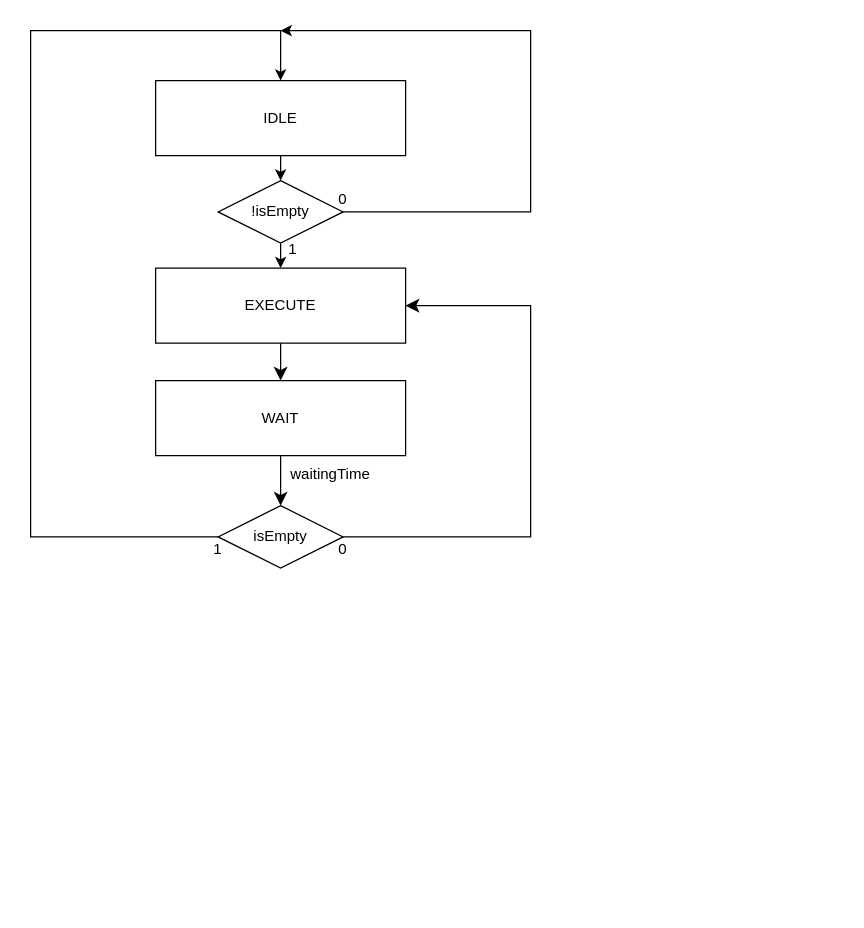
This is DiagramaDeEstadosBuffer.drawio from Dexiis/FSO-TP2, a draw.io file, before an edit. Source tidied: cells renumbered, new cells numbered last; positions are measured from the earlier drawing's top-left corner, leaving out a move shared by most shapes. Both pictures are drawn from the tidied source at 125%, with x=0, y=0 at pixel (30, 30).
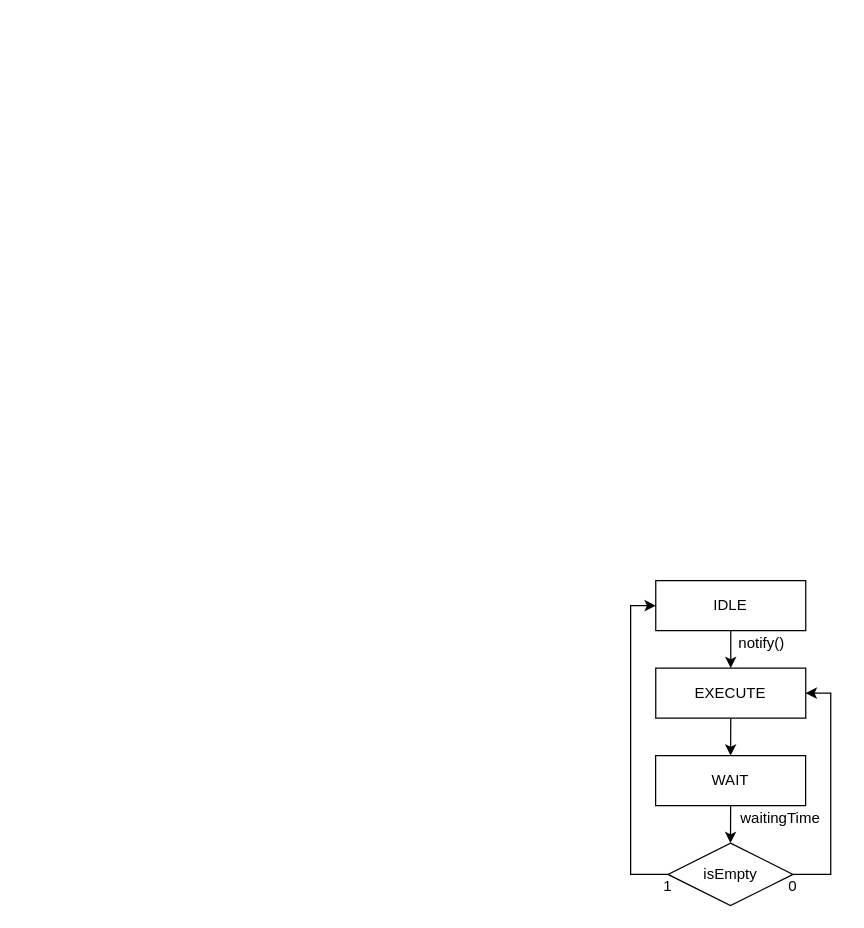
The same page after the edit.

What changed in the source:
```diff
@@
-    <mxCell id="2" style="edgeStyle=none;curved=1;rounded=0;jettySize=auto;html=1;exitX=0.5;exitY=1;exitDx=0;exitDy=0;entryX=0.5;entryY=0;entryDx=0;entryDy=0;fontSize=12;startSize=8;endSize=8;" parent="1" edge="1" source="3" target="6">
-      <mxGeometry relative="1" as="geometry" />
-    </mxCell>
-    <mxCell id="3" style="rounded=0;whiteSpace=wrap;html=1;" parent="1" vertex="1">
-      <mxGeometry x="100" y="190" width="200" height="60" as="geometry" />
-    </mxCell>
+    <mxCell id="24" style="edgeStyle=orthogonalEdgeStyle;rounded=0;jettySize=auto;html=1;exitX=0.5;exitY=1;exitDx=0;exitDy=0;entryX=0.5;entryY=0;entryDx=0;entryDy=0;" parent="1" edge="1" source="25" target="27">
+      <mxGeometry relative="1" as="geometry" />
+    </mxCell>
+    <mxCell id="25" style="rounded=0;whiteSpace=wrap;html=1;" parent="1" vertex="1">
+      <mxGeometry x="500.1" y="440" width="120" height="40" as="geometry" />
+    </mxCell>
+    <mxCell id="11" value="IDLE" style="text;html=1;align=center;verticalAlign=middle;whiteSpace=wrap;rounded=0;" parent="1" vertex="1">
+      <mxGeometry x="530.1" y="445" width="60" height="30" as="geometry" />
+    </mxCell>
+    <mxCell id="26" style="edgeStyle=orthogonalEdgeStyle;rounded=0;jettySize=auto;html=1;exitX=0.5;exitY=1;exitDx=0;exitDy=0;entryX=0.5;entryY=0;entryDx=0;entryDy=0;" parent="1" edge="1" source="27" target="29">
+      <mxGeometry relative="1" as="geometry" />
+    </mxCell>
+    <mxCell id="27" style="rounded=0;whiteSpace=wrap;html=1;" parent="1" vertex="1">
+      <mxGeometry x="500.1" y="510" width="120" height="40" as="geometry" />
+    </mxCell>
     <mxCell id="4" value="EXECUTE" style="text;html=1;align=center;verticalAlign=middle;whiteSpace=wrap;rounded=0;" parent="1" vertex="1">
-      <mxGeometry x="170" y="205" width="60" height="30" as="geometry" />
+      <mxGeometry x="530" y="515" width="60" height="30" as="geometry" />
     </mxCell>
-    <mxCell id="5" style="edgeStyle=none;curved=1;rounded=0;jettySize=auto;html=1;exitX=0.5;exitY=1;exitDx=0;exitDy=0;entryX=0.5;entryY=0;entryDx=0;entryDy=0;fontSize=12;startSize=8;endSize=8;" parent="1" edge="1" source="6">
-      <mxGeometry relative="1" as="geometry">
-        <mxPoint x="200" y="380" as="targetPoint" />
-      </mxGeometry>
-    </mxCell>
-    <mxCell id="6" style="rounded=0;whiteSpace=wrap;html=1;" parent="1" vertex="1">
-      <mxGeometry x="100" y="280" width="200" height="60" as="geometry" />
-    </mxCell>
+    <mxCell id="28" style="edgeStyle=orthogonalEdgeStyle;rounded=0;jettySize=auto;html=1;exitX=0.5;exitY=1;exitDx=0;exitDy=0;entryX=0.5;entryY=0;entryDx=0;entryDy=0;" parent="1" edge="1" source="29" target="32">
+      <mxGeometry relative="1" as="geometry" />
+    </mxCell>
+    <mxCell id="29" style="rounded=0;whiteSpace=wrap;html=1;" parent="1" vertex="1">
+      <mxGeometry x="500" y="580" width="120" height="40" as="geometry" />
+    </mxCell>
     <mxCell id="7" value="WAIT" style="text;html=1;align=center;verticalAlign=middle;whiteSpace=wrap;rounded=0;" parent="1" vertex="1">
-      <mxGeometry x="170" y="295" width="60" height="30" as="geometry" />
+      <mxGeometry x="529.9" y="585" width="60" height="30" as="geometry" />
     </mxCell>
-    <mxCell id="8" style="edgeStyle=none;curved=0;rounded=0;jettySize=auto;html=1;entryX=1;entryY=0.5;entryDx=0;entryDy=0;fontSize=12;startSize=8;endSize=8;exitX=1;exitY=0.5;exitDx=0;exitDy=0;" parent="1" edge="1" source="13" target="3">
-      <mxGeometry relative="1" as="geometry">
-        <Array as="points">
-          <mxPoint x="400" y="405" />
-          <mxPoint x="400" y="220" />
-        </Array>
-      </mxGeometry>
-    </mxCell>
-    <mxCell id="9" style="edgeStyle=orthogonalEdgeStyle;rounded=0;jettySize=auto;html=1;exitX=0.5;exitY=1;exitDx=0;exitDy=0;entryX=0.5;entryY=0;entryDx=0;entryDy=0;" parent="1" edge="1" source="10" target="19">
-      <mxGeometry relative="1" as="geometry" />
-    </mxCell>
-    <mxCell id="10" style="rounded=0;whiteSpace=wrap;html=1;" parent="1" vertex="1">
-      <mxGeometry x="100" y="40" width="200" height="60" as="geometry" />
-    </mxCell>
-    <mxCell id="11" value="IDLE" style="text;html=1;align=center;verticalAlign=middle;whiteSpace=wrap;rounded=0;" parent="1" vertex="1">
-      <mxGeometry x="170" y="55" width="60" height="30" as="geometry" />
-    </mxCell>
-    <mxCell id="12" style="edgeStyle=orthogonalEdgeStyle;rounded=0;jettySize=auto;html=1;exitX=0;exitY=0.5;exitDx=0;exitDy=0;entryX=0.5;entryY=0;entryDx=0;entryDy=0;" parent="1" edge="1" source="13" target="10">
-      <mxGeometry relative="1" as="geometry">
-        <Array as="points">
-          <mxPoint y="405" />
-          <mxPoint />
-          <mxPoint x="200" />
-        </Array>
-      </mxGeometry>
-    </mxCell>
-    <mxCell id="13" style="rhombus;whiteSpace=wrap;html=1;" parent="1" vertex="1">
-      <mxGeometry x="150" y="380" width="100" height="50" as="geometry" />
-    </mxCell>
+    <mxCell id="30" style="edgeStyle=orthogonalEdgeStyle;rounded=0;jettySize=auto;html=1;exitX=1;exitY=0.5;exitDx=0;exitDy=0;entryX=1;entryY=0.5;entryDx=0;entryDy=0;" parent="1" edge="1" source="32" target="27">
+      <mxGeometry relative="1" as="geometry" />
+    </mxCell>
+    <mxCell id="31" style="edgeStyle=orthogonalEdgeStyle;rounded=0;jettySize=auto;html=1;exitX=0;exitY=0.5;exitDx=0;exitDy=0;entryX=0;entryY=0.5;entryDx=0;entryDy=0;" parent="1" edge="1" source="32" target="25">
+      <mxGeometry relative="1" as="geometry">
+        <Array as="points">
+          <mxPoint x="480" y="675" />
+          <mxPoint x="480" y="460" />
+        </Array>
+      </mxGeometry>
+    </mxCell>
+    <mxCell id="32" style="rhombus;whiteSpace=wrap;html=1;" parent="1" vertex="1">
+      <mxGeometry x="509.9" y="650" width="100" height="50" as="geometry" />
+    </mxCell>
     <mxCell id="14" value="isEmpty" style="text;html=1;align=center;verticalAlign=middle;whiteSpace=wrap;rounded=0;" parent="1" vertex="1">
-      <mxGeometry x="170" y="390" width="60" height="30" as="geometry" />
+      <mxGeometry x="529.9" y="660" width="60" height="30" as="geometry" />
     </mxCell>
     <mxCell id="15" value="&lt;div&gt;0&lt;/div&gt;" style="text;html=1;align=center;verticalAlign=middle;whiteSpace=wrap;rounded=0;" parent="1" vertex="1">
-      <mxGeometry x="220" y="400" width="60" height="30" as="geometry" />
+      <mxGeometry x="580.1" y="670" width="60" height="30" as="geometry" />
     </mxCell>
-    <mxCell id="16" value="1" style="text;html=1;align=center;verticalAlign=middle;whiteSpace=wrap;rounded=0;" parent="1" vertex="1">
-      <mxGeometry x="120" y="400" width="60" height="30" as="geometry" />
-    </mxCell>
-    <mxCell id="17" style="edgeStyle=orthogonalEdgeStyle;rounded=0;jettySize=auto;html=1;exitX=0.5;exitY=1;exitDx=0;exitDy=0;entryX=0.5;entryY=0;entryDx=0;entryDy=0;" parent="1" edge="1" source="19" target="3">
-      <mxGeometry relative="1" as="geometry" />
-    </mxCell>
-    <mxCell id="18" style="edgeStyle=orthogonalEdgeStyle;rounded=0;jettySize=auto;html=1;exitX=1;exitY=0.5;exitDx=0;exitDy=0;" parent="1" edge="1" source="19">
-      <mxGeometry relative="1" as="geometry">
-        <mxPoint x="200" as="targetPoint" />
-        <Array as="points">
-          <mxPoint x="400" y="145" />
-          <mxPoint x="400" />
-        </Array>
-      </mxGeometry>
-    </mxCell>
-    <mxCell id="19" style="rhombus;whiteSpace=wrap;html=1;" parent="1" vertex="1">
-      <mxGeometry x="150" y="120" width="100" height="50" as="geometry" />
-    </mxCell>
-    <mxCell id="20" value="1" style="text;html=1;align=center;verticalAlign=middle;whiteSpace=wrap;rounded=0;" parent="1" vertex="1">
-      <mxGeometry x="180" y="160" width="60" height="30" as="geometry" />
-    </mxCell>
-    <mxCell id="21" value="!isEmpty" style="text;html=1;align=center;verticalAlign=middle;whiteSpace=wrap;rounded=0;" parent="1" vertex="1">
-      <mxGeometry x="170" y="130" width="60" height="30" as="geometry" />
-    </mxCell>
-    <mxCell id="22" value="0" style="text;html=1;align=center;verticalAlign=middle;whiteSpace=wrap;rounded=0;" parent="1" vertex="1">
-      <mxGeometry x="220" y="120" width="60" height="30" as="geometry" />
-    </mxCell>
+    <mxCell id="33" value="1" style="text;html=1;align=center;verticalAlign=middle;whiteSpace=wrap;rounded=0;" parent="1" vertex="1">
+      <mxGeometry x="480.1" y="670" width="60" height="30" as="geometry" />
+    </mxCell>
     <mxCell id="23" value="&lt;div&gt;waitingTime&lt;/div&gt;" style="text;html=1;align=center;verticalAlign=middle;whiteSpace=wrap;rounded=0;" parent="1" vertex="1">
-      <mxGeometry x="210" y="340" width="60" height="30" as="geometry" />
+      <mxGeometry x="570" y="615" width="60" height="30" as="geometry" />
     </mxCell>
+    <mxCell id="34" value="&lt;div&gt;notify()&lt;/div&gt;" style="text;html=1;align=center;verticalAlign=middle;whiteSpace=wrap;rounded=0;" parent="1" vertex="1">
+      <mxGeometry x="570" y="480" width="30" height="20" as="geometry" />
+    </mxCell>
```
